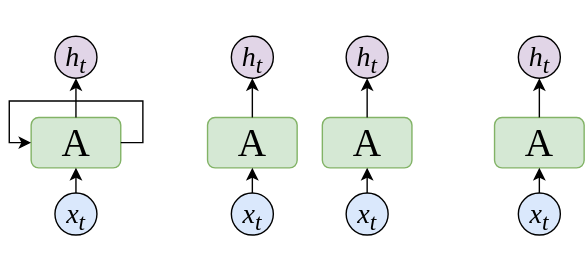
Earlier version of the draw.io export RNN.drawio.svg (master-fency/plot). Source tidied: cells renumbered, new cells last; positions are measured from the earlier drawing's top-left corner, leaving out a move shared by most shapes.
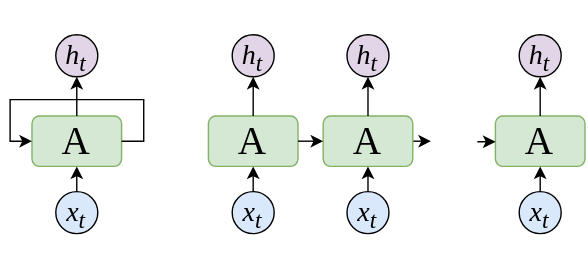
Later version of the same file.

Change to the diagram source:
```diff
@@ -51,6 +51,11 @@
     <mxCell id="15" style="group;" parent="1" vertex="1">
       <mxGeometry x="224" width="64" height="142" as="geometry" />
     </mxCell>
+    <mxCell id="27" style="edgeStyle=orthogonalEdgeStyle;rounded=0;jettySize=auto;html=1;exitX=1;exitY=0.5;exitDx=0;exitDy=0;" parent="15" edge="1" source="16">
+      <mxGeometry relative="1" as="geometry">
+        <mxPoint x="77" y="75.2" as="targetPoint" />
+      </mxGeometry>
+    </mxCell>
     <mxCell id="16" value="&lt;font face=&quot;Times New Roman&quot; style=&quot;font-size: 28px;&quot;&gt;A&lt;/font&gt;" style="rounded=1;whiteSpace=wrap;html=1;fillColor=#d5e8d4;strokeColor=#82b366;" parent="15" vertex="1">
       <mxGeometry y="58" width="64" height="36" as="geometry" />
     </mxCell>
@@ -84,5 +89,14 @@
     <mxCell id="26" style="endArrow=classic;html=1;rounded=0;exitX=0.5;exitY=0;exitDx=0;exitDy=0;entryX=0.5;entryY=1;entryDx=0;entryDy=0;" parent="21" edge="1" source="22" target="23">
       <mxGeometry relative="1" as="geometry" />
     </mxCell>
+    <mxCell id="28" style="edgeStyle=orthogonalEdgeStyle;rounded=0;jettySize=auto;html=1;exitX=1;exitY=0.5;exitDx=0;exitDy=0;entryX=0;entryY=0.5;entryDx=0;entryDy=0;" parent="1" edge="1" source="10" target="16">
+      <mxGeometry relative="1" as="geometry" />
+    </mxCell>
+    <mxCell id="29" style="edgeStyle=orthogonalEdgeStyle;rounded=0;orthogonalLoop=1;jettySize=auto;html=1;exitX=1;exitY=0.5;exitDx=0;exitDy=0;" parent="1" edge="1">
+      <mxGeometry relative="1" as="geometry">
+        <mxPoint x="334.1" y="76.4" as="sourcePoint" />
+        <mxPoint x="347.1" y="75.6" as="targetPoint" />
+      </mxGeometry>
+    </mxCell>
   </root>
 </mxGraphModel>
```
